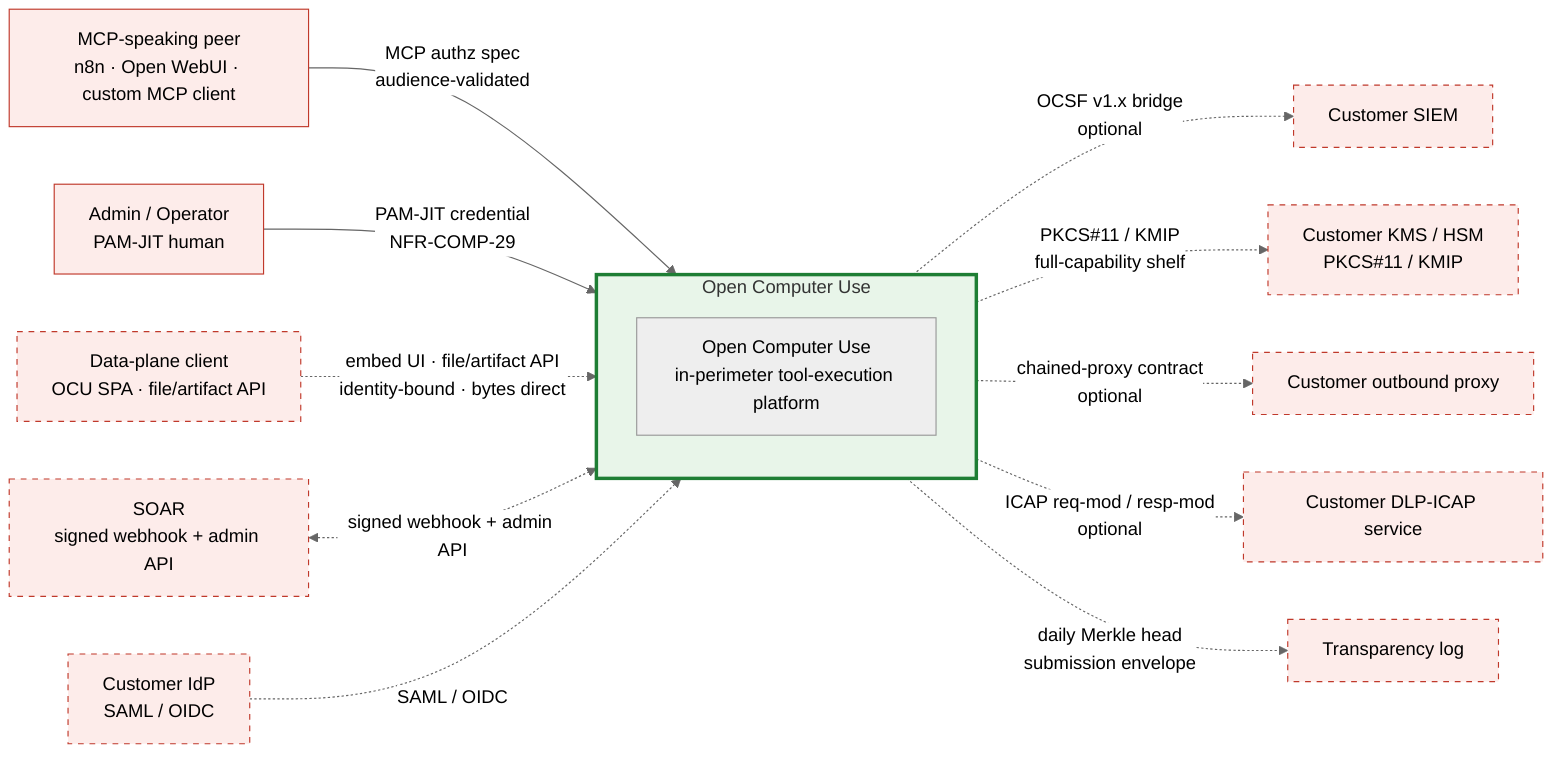
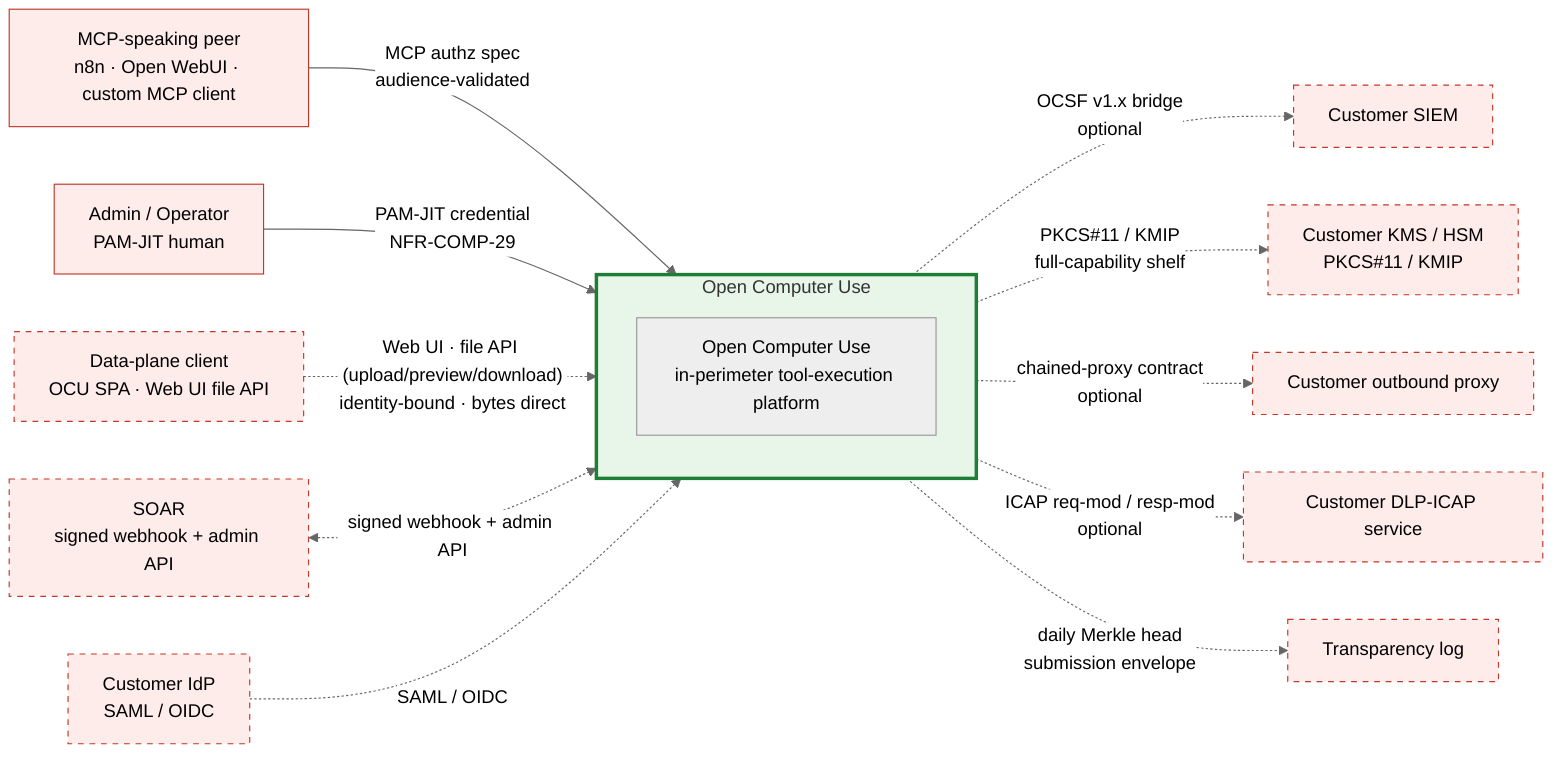
%% SPDX-License-Identifier: FSL-1.1-Apache-2.0
%% Copyright (c) 2025 Open Computer Use Contributors
%% Canonical Layer 4 (C4 Context) diagram. Referenced from docs/architecture/03-c4-context.md.
%% Convention: solid border = present on the minimal-capability shelf; dashed border = not on the minimal shelf by default (per-actor optionality in 03-c4-context.md §4).
%% Palette (project convention): red untrusted / green trusted (amber + blue zones apply at Layer 3 only).

%%{init: {"theme": "neutral"} }%%
flowchart LR

    %% ─── inbound peers (any MCP-speaking caller; REST is a fallback) ───
    PEER[MCP-speaking peer<br/>n8n · Open WebUI · custom MCP client]:::ext
    OPER[Admin / Operator<br/>PAM-JIT human]:::ext
-     FILE[Data-plane client<br/>OCU SPA · file/artifact API]:::extOpt
+     FILE[Data-plane client<br/>OCU SPA · Web UI file API]:::extOpt

    %% ─── the system under design ───
    subgraph OCU[Open Computer Use]
        BOX[Open Computer Use<br/>in-perimeter tool-execution platform]
    end

    %% ─── customer infrastructure (full-capability shelf; IdP required there, the rest optional) ───
    IDP[Customer IdP<br/>SAML / OIDC]:::extOpt
    KMS[Customer KMS / HSM<br/>PKCS#11 / KMIP]:::extOpt
    SIEM[Customer SIEM]:::extOpt
    CPROXY[Customer outbound proxy]:::extOpt
    ICAP[Customer DLP-ICAP service]:::extOpt

    %% ─── operations and assurance ───
    SOAR[SOAR<br/>signed webhook + admin API]:::extOpt
    TLOG[Transparency log]:::extOpt

    %% ─── edges ───
    PEER -->|"MCP authz spec<br/>audience-validated"| OCU
    OPER -->|"PAM-JIT credential<br/>NFR-COMP-29"| OCU
-     FILE -.->|"embed UI · file/artifact API<br/>identity-bound · bytes direct"| OCU
+     FILE -.->|"Web UI · file API (upload/preview/download)<br/>identity-bound · bytes direct"| OCU
    SOAR <-.->|signed webhook + admin API| OCU
    IDP -.->|SAML / OIDC| OCU
    OCU -.->|"OCSF v1.x bridge<br/>optional"| SIEM
    OCU -.->|"PKCS#11 / KMIP<br/>full-capability shelf"| KMS
    OCU -.->|"chained-proxy contract<br/>optional"| CPROXY
    OCU -.->|"ICAP req-mod / resp-mod<br/>optional"| ICAP
    OCU -.->|"daily Merkle head<br/>submission envelope"| TLOG

    %% ─── styling (project palette) ───
    classDef ext fill:#fdecea,stroke:#c0392b,stroke-width:1px;
    classDef extOpt fill:#fdecea,stroke:#c0392b,stroke-dasharray: 5 5;
    style OCU fill:#e8f5e9,stroke:#1e7e34,stroke-width:3px;
